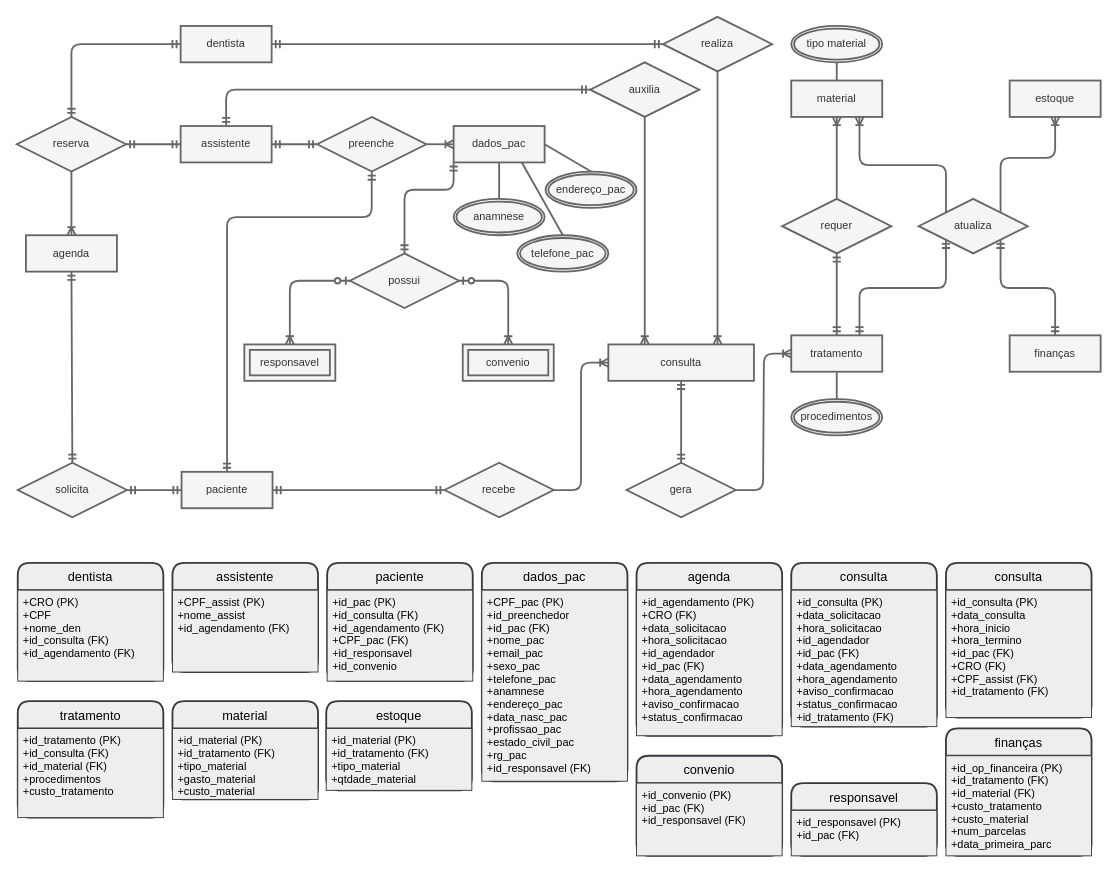
Before: Diagrama sem nome.drawio in fabiollg/Diagrama-ER-Consultorio, a draw.io diagram. Source tidied: cells renumbered, new cells numbered last; positions are measured from the earlier drawing's top-left corner, leaving out a move shared by most shapes. Both pictures are drawn from the tidied source at 91%, with x=0, y=0 at pixel (16, 16).
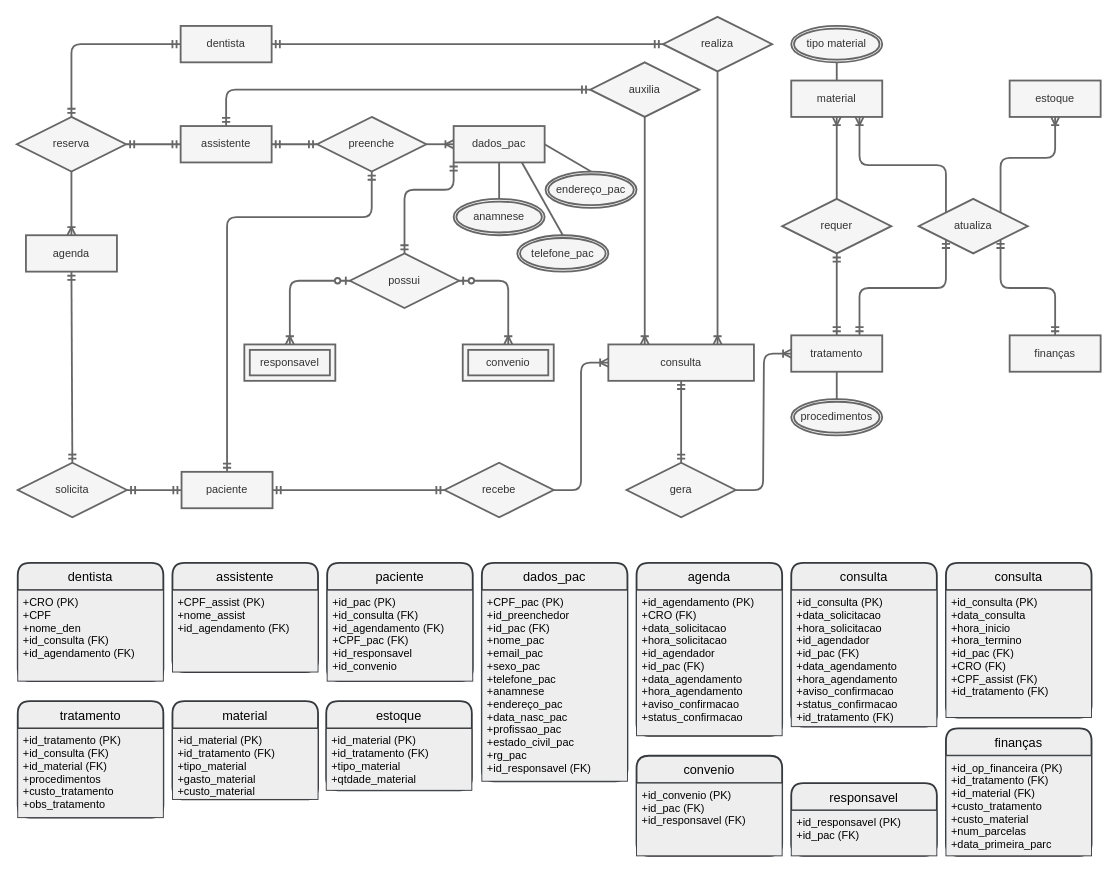
The same diagram, later.

Commit message:
adicionado atributo obs no tratamento

The change refers to these unchanged cells:
```xml
<mxCell id="71" value="tratamento" style="swimlane;horizontal=1;startSize=30;rounded=1;fontSize=14;fontStyle=0;strokeWidth=2;shadow=0;dashed=0;align=center;fillColor=#eeeeee;strokeColor=#36393d;fontColor=#000000;" parent="1" vertex="1">
  <mxGeometry x="1" y="752" width="160" height="128" as="geometry" />
</mxCell>
```

The edit, as a diff of the source:
```diff
@@
-    <mxCell id="72" value="+id_tratamento (PK)&#10;+id_consulta (FK)&#10;+id_material (FK)&#10;+procedimentos&#10;+custo_tratamento&#10;" style="align=left;strokeColor=#36393d;fillColor=#eeeeee;spacingLeft=4;fontSize=12;verticalAlign=top;fontColor=#000000;" parent="71" vertex="1">
+    <mxCell id="72" value="+id_tratamento (PK)&#10;+id_consulta (FK)&#10;+id_material (FK)&#10;+procedimentos&#10;+custo_tratamento&#10;+obs_tratamento&#10;" style="align=left;strokeColor=#36393d;fillColor=#eeeeee;spacingLeft=4;fontSize=12;verticalAlign=top;fontColor=#000000;" parent="71" vertex="1">
       <mxGeometry y="30" width="160" height="98" as="geometry" />
     </mxCell>
```
